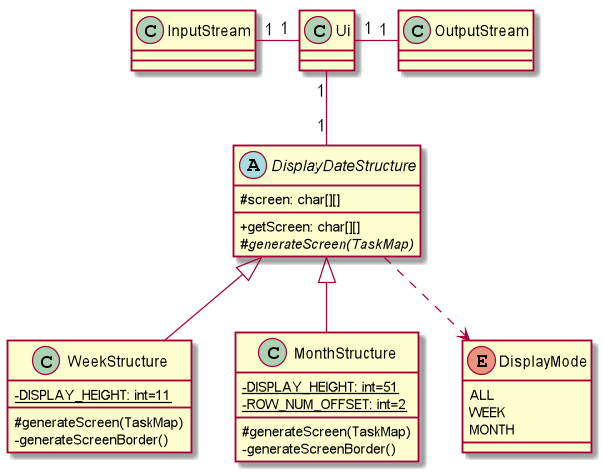
The PlantUML diagram docs/diagrams/UiClass.png in nus-cs2113-AY2021S1/tp, before a commit.
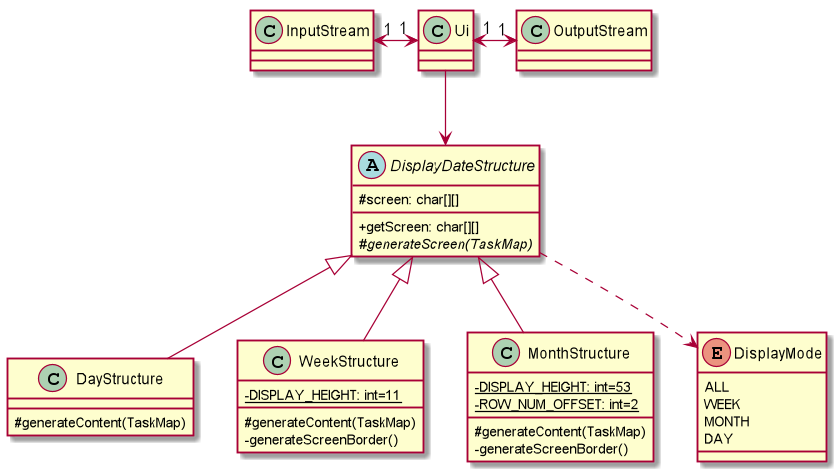
After the commit.

Change to the diagram source:
```diff
@@ -11,17 +11,21 @@
     #{method}{abstract} generateScreen(TaskMap)
 }
 
+class DayStructure {
+    #{method} generateContent(TaskMap)
+}
+
 class WeekStructure {
     -{static}{field} DISPLAY_HEIGHT: int=11
-    #{method} generateScreen(TaskMap)
+    #{method} generateContent(TaskMap)
     -{method} generateScreenBorder()
 
 }
 
 class MonthStructure {
-    -{static}{field} DISPLAY_HEIGHT: int=51
+    -{static}{field} DISPLAY_HEIGHT: int=53
     -{static}{field} ROW_NUM_OFFSET: int=2
-    #{method} generateScreen(TaskMap)
+    #{method} generateContent(TaskMap)
     -{method} generateScreenBorder()
 }
 
@@ -29,12 +33,14 @@
     ALL
     WEEK
     MONTH
+    DAY
 }
 
-InputStream "1"-"1" Ui
-Ui "1"-"1" OutputStream
-Ui "1"--"1" DisplayDateStructure
+InputStream "1"<->"1" Ui
+Ui "1"<->"1" OutputStream
+Ui --> DisplayDateStructure
 DisplayDateStructure -[dashed]-> DisplayMode
+DisplayDateStructure <|-- DayStructure
 DisplayDateStructure <|-- WeekStructure
 DisplayDateStructure <|-- MonthStructure
 
```
